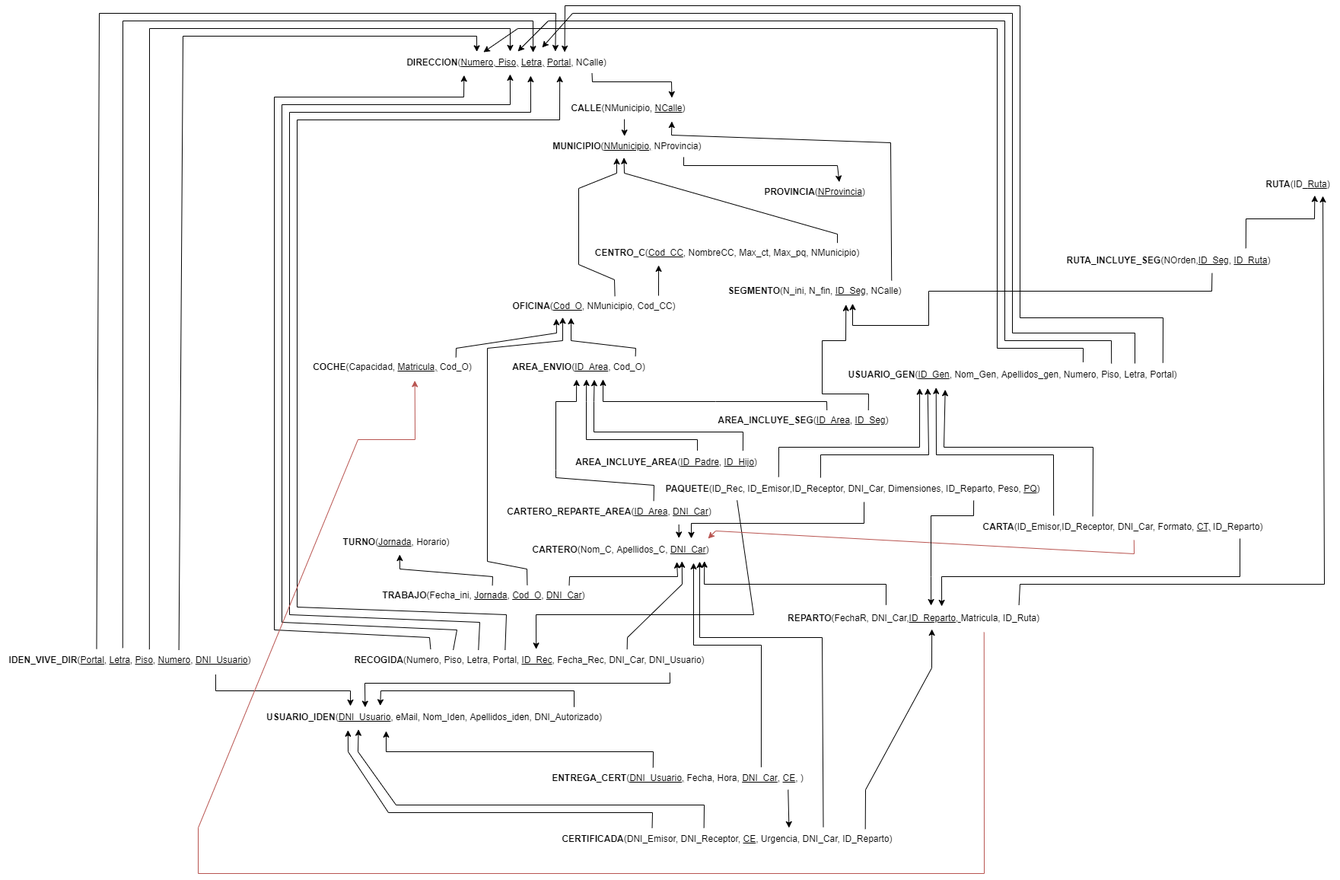
Above: Hito1/Modelo relacional.drawio.png in ErYavi/BBDD22 (draw.io), before the change. Source tidied: cells renumbered, new cells last; positions are measured from the earlier drawing's top-left corner, leaving out a move shared by most shapes.
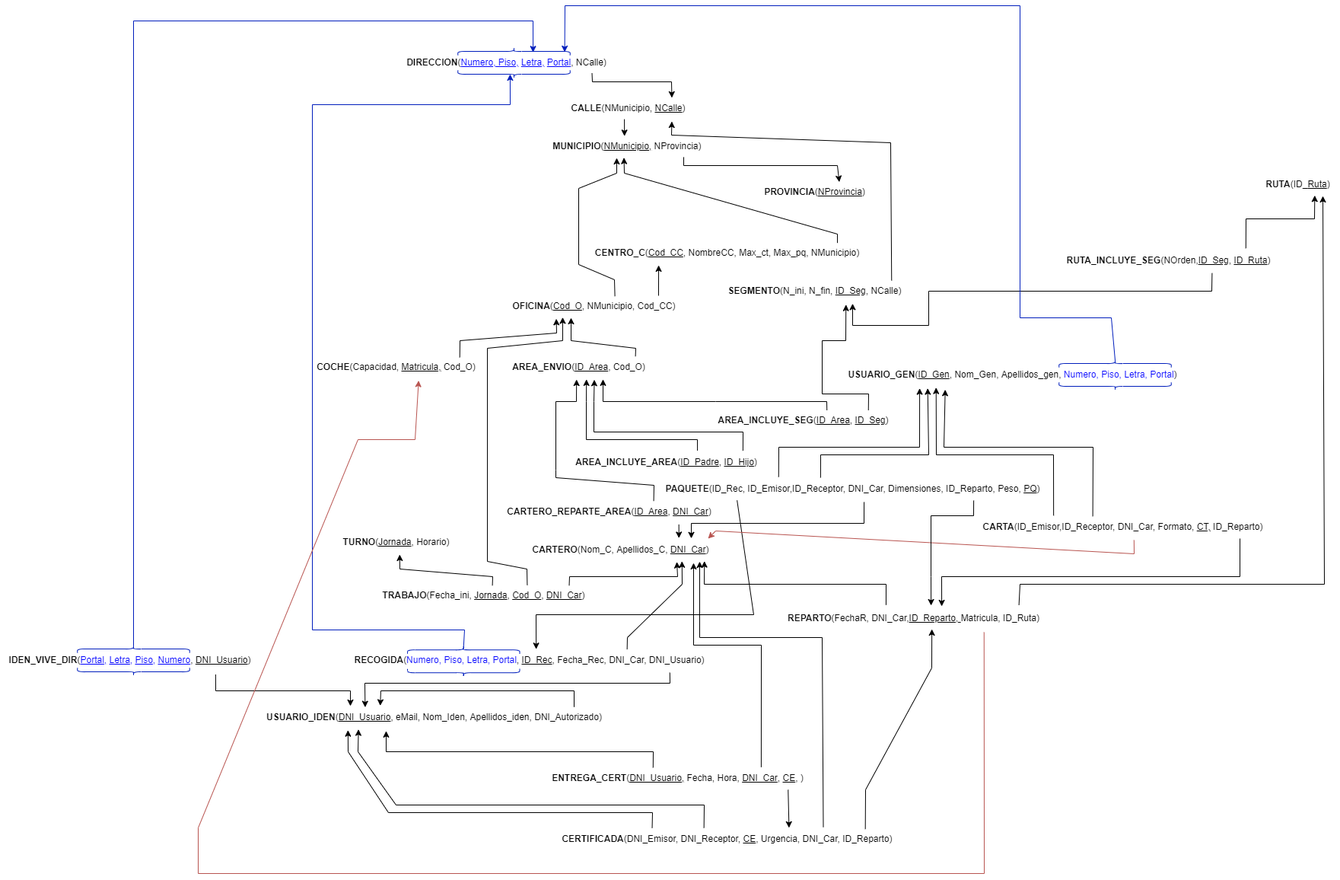
Above is the later version.

Change to the diagram source:
```diff
@@ -2,7 +2,7 @@
   <root>
     <mxCell id="0" />
     <mxCell id="1" parent="0" />
-    <mxCell id="2" value="&lt;b&gt;DIRECCION&lt;/b&gt;(&lt;u&gt;Numero, Piso,&lt;/u&gt; &lt;u&gt;Letra,&lt;/u&gt;&amp;nbsp;&lt;u&gt;Portal&lt;/u&gt;, NCalle)" style="text;html=1;align=center;verticalAlign=middle;points=[];strokeColor=none;fillColor=none;" parent="1" vertex="1">
+    <mxCell id="2" value="&lt;b&gt;DIRECCION&lt;/b&gt;(&lt;font color=&quot;#0000ff&quot;&gt;&lt;u&gt;Numero, Piso,&lt;/u&gt; &lt;u&gt;Letra,&lt;/u&gt;&amp;nbsp;&lt;u&gt;Portal&lt;/u&gt;&lt;/font&gt;, NCalle)" style="text;html=1;align=center;verticalAlign=middle;points=[];strokeColor=none;fillColor=none;" parent="1" vertex="1">
       <mxGeometry x="520" y="60" width="290" height="30" as="geometry" />
     </mxCell>
     <mxCell id="3" value="&lt;b&gt;CALLE&lt;/b&gt;(NMunicipio,&amp;nbsp;&lt;u&gt;NCalle&lt;/u&gt;)" style="text;html=1;align=center;verticalAlign=middle;points=[];strokeColor=none;fillColor=none;" parent="1" vertex="1">
@@ -222,7 +222,7 @@
         </Array>
       </mxGeometry>
     </mxCell>
-    <mxCell id="40" value="&lt;b&gt;RECOGIDA&lt;/b&gt;(Numero, Piso, Letra, Portal,&amp;nbsp;&lt;u&gt;ID_Rec&lt;/u&gt;, Fecha_Rec, DNI_Car, DNI_Usuario)" style="text;html=1;align=center;verticalAlign=middle;points=[];strokeColor=none;fillColor=none;" parent="1" vertex="1">
+    <mxCell id="40" value="&lt;b&gt;RECOGIDA&lt;/b&gt;(&lt;font color=&quot;#0000ff&quot;&gt;Numero, Piso, Letra, Portal&lt;/font&gt;,&amp;nbsp;&lt;u&gt;ID_Rec&lt;/u&gt;, Fecha_Rec, DNI_Car, DNI_Usuario)" style="text;html=1;align=center;verticalAlign=middle;points=[];strokeColor=none;fillColor=none;" parent="1" vertex="1">
       <mxGeometry x="455" y="845" width="480" height="30" as="geometry" />
     </mxCell>
     <mxCell id="41" style="endArrow=classic;html=1;rounded=0;entryX=0.823;entryY=0.994;entryDx=0;entryDy=0;entryPerimeter=0;exitX=0.768;exitY=0.019;exitDx=0;exitDy=0;exitPerimeter=0;" parent="1" edge="1" source="40" target="30">
@@ -233,46 +233,16 @@
         </Array>
       </mxGeometry>
     </mxCell>
-    <mxCell id="42" style="endArrow=classic;html=1;rounded=0;exitX=0.23;exitY=0.003;exitDx=0;exitDy=0;exitPerimeter=0;entryX=0.308;entryY=1.044;entryDx=0;entryDy=0;entryPerimeter=0;" parent="1" edge="1" source="40" target="2">
-      <mxGeometry relative="1" as="geometry">
-        <Array as="points">
-          <mxPoint x="564" y="830" />
-          <mxPoint x="360" y="820" />
-          <mxPoint x="360" y="120" />
-          <mxPoint x="609" y="120" />
-        </Array>
-      </mxGeometry>
-    </mxCell>
-    <mxCell id="43" style="endArrow=classic;html=1;rounded=0;exitX=0.292;exitY=0.043;exitDx=0;exitDy=0;exitPerimeter=0;entryX=0.517;entryY=1;entryDx=0;entryDy=0;entryPerimeter=0;" parent="1" edge="1" source="40" target="2">
+    <mxCell id="43" style="endArrow=classic;html=1;rounded=0;exitX=0.1;exitY=0.5;exitDx=0;exitDy=0;exitPerimeter=0;entryX=0.517;entryY=1;entryDx=0;entryDy=0;entryPerimeter=0;fillColor=#0050ef;strokeColor=#001DBC;" parent="1" edge="1" source="84" target="2">
       <mxGeometry relative="1" as="geometry">
         <Array as="points">
-          <mxPoint x="600" y="820" />
-          <mxPoint x="370" y="810" />
-          <mxPoint x="370" y="130" />
+          <mxPoint x="610" y="820" />
+          <mxPoint x="410" y="820" />
+          <mxPoint x="410" y="130" />
           <mxPoint x="670" y="130" />
         </Array>
       </mxGeometry>
     </mxCell>
-    <mxCell id="44" style="endArrow=classic;html=1;rounded=0;entryX=0.61;entryY=1.067;entryDx=0;entryDy=0;entryPerimeter=0;exitX=0.361;exitY=0.043;exitDx=0;exitDy=0;exitPerimeter=0;" parent="1" edge="1" source="40" target="2">
-      <mxGeometry relative="1" as="geometry">
-        <Array as="points">
-          <mxPoint x="630" y="810" />
-          <mxPoint x="380" y="800" />
-          <mxPoint x="380" y="140" />
-          <mxPoint x="697" y="140" />
-        </Array>
-      </mxGeometry>
-    </mxCell>
-    <mxCell id="45" style="endArrow=classic;html=1;rounded=0;entryX=0.742;entryY=1.067;entryDx=0;entryDy=0;entryPerimeter=0;exitX=0.434;exitY=0.043;exitDx=0;exitDy=0;exitPerimeter=0;" parent="1" edge="1" source="40" target="2">
-      <mxGeometry relative="1" as="geometry">
-        <Array as="points">
-          <mxPoint x="665" y="800" />
-          <mxPoint x="390" y="790" />
-          <mxPoint x="390" y="150" />
-          <mxPoint x="735" y="150" />
-        </Array>
-      </mxGeometry>
-    </mxCell>
     <mxCell id="46" value="&lt;b&gt;USUARIO_IDEN&lt;/b&gt;(&lt;u&gt;DNI_Usuario&lt;/u&gt;, eMail, Nom_Iden, Apellidos_iden, DNI_Autorizado)" style="text;html=1;align=center;verticalAlign=middle;points=[];strokeColor=none;fillColor=none;" parent="1" vertex="1">
       <mxGeometry x="340" y="920" width="460" height="30" as="geometry" />
     </mxCell>
@@ -351,10 +321,10 @@
         </Array>
       </mxGeometry>
     </mxCell>
-    <mxCell id="58" value="&lt;b&gt;USUARIO_GEN&lt;/b&gt;(&lt;u&gt;ID_Gen&lt;/u&gt;, Nom_Gen, Apellidos_gen, Numero, Piso, Letra, Portal)" style="text;html=1;align=center;verticalAlign=middle;points=[];strokeColor=none;fillColor=none;" parent="1" vertex="1">
+    <mxCell id="58" value="&lt;b&gt;USUARIO_GEN&lt;/b&gt;(&lt;u&gt;ID_Gen&lt;/u&gt;, Nom_Gen, Apellidos_gen, &lt;font color=&quot;#0000ff&quot;&gt;Numero, Piso, Letra, Portal&lt;/font&gt;)" style="text;html=1;align=center;verticalAlign=middle;points=[];strokeColor=none;fillColor=none;" parent="1" vertex="1">
       <mxGeometry x="1100" y="470" width="460" height="30" as="geometry" />
     </mxCell>
-    <mxCell id="59" value="&lt;b&gt;IDEN_VIVE_DIR&lt;/b&gt;(&lt;u&gt;Portal,&lt;/u&gt;&amp;nbsp;&lt;u&gt;Letra&lt;/u&gt;, &lt;u&gt;Piso&lt;/u&gt;, &lt;u&gt;Numero&lt;/u&gt;, &lt;u&gt;DNI_Usuario&lt;/u&gt;)" style="text;html=1;align=center;verticalAlign=middle;points=[];strokeColor=none;fillColor=none;" parent="1" vertex="1">
+    <mxCell id="59" value="&lt;b&gt;IDEN_VIVE_DIR&lt;/b&gt;(&lt;font color=&quot;#0000ff&quot;&gt;&lt;u&gt;Portal,&lt;/u&gt;&amp;nbsp;&lt;u&gt;Letra&lt;/u&gt;, &lt;u&gt;Piso&lt;/u&gt;, &lt;u&gt;Numero&lt;/u&gt;&lt;/font&gt;, &lt;u&gt;DNI_Usuario&lt;/u&gt;)" style="text;html=1;align=center;verticalAlign=middle;points=[];strokeColor=none;fillColor=none;" parent="1" vertex="1">
       <mxGeometry y="845" width="340" height="30" as="geometry" />
     </mxCell>
     <mxCell id="60" style="endArrow=classic;html=1;rounded=0;exitX=0.832;exitY=1.117;exitDx=0;exitDy=0;exitPerimeter=0;" parent="1" edge="1" source="59">
@@ -366,80 +336,24 @@
         </Array>
       </mxGeometry>
     </mxCell>
-    <mxCell id="61" style="endArrow=classic;html=1;rounded=0;exitX=0.69;exitY=0.046;exitDx=0;exitDy=0;exitPerimeter=0;entryX=0.366;entryY=0.017;entryDx=0;entryDy=0;entryPerimeter=0;" parent="1" edge="1" source="59" target="2">
-      <mxGeometry relative="1" as="geometry">
-        <Array as="points">
-          <mxPoint x="240" y="40" />
-          <mxPoint x="626" y="40" />
-        </Array>
-      </mxGeometry>
-    </mxCell>
-    <mxCell id="62" style="endArrow=classic;html=1;rounded=0;exitX=0.576;exitY=0.019;exitDx=0;exitDy=0;exitPerimeter=0;" parent="1" edge="1" source="59">
-      <mxGeometry relative="1" as="geometry">
-        <mxPoint x="670" y="60" as="targetPoint" />
-        <Array as="points">
-          <mxPoint x="196" y="30" />
-          <mxPoint x="670" y="30" />
-        </Array>
-      </mxGeometry>
-    </mxCell>
-    <mxCell id="63" style="endArrow=classic;html=1;rounded=0;exitX=0.473;exitY=-0.043;exitDx=0;exitDy=0;exitPerimeter=0;entryX=0.621;entryY=0.044;entryDx=0;entryDy=0;entryPerimeter=0;" parent="1" edge="1" source="59" target="2">
+    <mxCell id="63" style="endArrow=classic;html=1;rounded=0;exitX=0.1;exitY=0.5;exitDx=0;exitDy=0;exitPerimeter=0;entryX=0.621;entryY=0.044;entryDx=0;entryDy=0;entryPerimeter=0;fillColor=#0050ef;strokeColor=#001DBC;" parent="1" edge="1" source="86" target="2">
       <mxGeometry relative="1" as="geometry">
         <Array as="points">
-          <mxPoint x="161" y="20" />
+          <mxPoint x="175" y="20" />
           <mxPoint x="700" y="20" />
         </Array>
       </mxGeometry>
     </mxCell>
-    <mxCell id="64" style="endArrow=classic;html=1;rounded=0;exitX=0.372;exitY=-0.005;exitDx=0;exitDy=0;exitPerimeter=0;entryX=0.722;entryY=0.002;entryDx=0;entryDy=0;entryPerimeter=0;" parent="1" edge="1" source="59" target="2">
-      <mxGeometry relative="1" as="geometry">
-        <Array as="points">
-          <mxPoint x="130" y="10" />
-          <mxPoint x="730" y="10" />
-        </Array>
-      </mxGeometry>
-    </mxCell>
-    <mxCell id="65" style="endArrow=classic;html=1;rounded=0;exitX=0.93;exitY=-0.029;exitDx=0;exitDy=0;exitPerimeter=0;entryX=0.764;entryY=0.033;entryDx=0;entryDy=0;entryPerimeter=0;" parent="1" edge="1" source="58" target="2">
+    <mxCell id="65" style="endArrow=classic;html=1;rounded=0;exitX=0.1;exitY=0.5;exitDx=0;exitDy=0;exitPerimeter=0;entryX=0.764;entryY=0.033;entryDx=0;entryDy=0;entryPerimeter=0;fillColor=#0050ef;strokeColor=#001DBC;" parent="1" edge="1" source="90" target="2">
       <mxGeometry relative="1" as="geometry">
         <Array as="points">
-          <mxPoint x="1528" y="410" />
+          <mxPoint x="1460" y="410" />
           <mxPoint x="1340" y="410" />
           <mxPoint x="1340" />
           <mxPoint x="742" />
         </Array>
       </mxGeometry>
     </mxCell>
-    <mxCell id="66" style="endArrow=classic;html=1;rounded=0;exitX=0.85;exitY=0;exitDx=0;exitDy=0;exitPerimeter=0;entryX=0.662;entryY=-0.167;entryDx=0;entryDy=0;entryPerimeter=0;" parent="1" edge="1" source="58" target="2">
-      <mxGeometry relative="1" as="geometry">
-        <Array as="points">
-          <mxPoint x="1491" y="430" />
-          <mxPoint x="1330" y="430" />
-          <mxPoint x="1330" y="10" />
-          <mxPoint x="752" y="10" />
-        </Array>
-      </mxGeometry>
-    </mxCell>
-    <mxCell id="67" style="endArrow=classic;html=1;rounded=0;exitX=0.783;exitY=0;exitDx=0;exitDy=0;exitPerimeter=0;" parent="1" edge="1" source="58">
-      <mxGeometry relative="1" as="geometry">
-        <mxPoint x="680" y="60" as="targetPoint" />
-        <Array as="points">
-          <mxPoint x="1460" y="440" />
-          <mxPoint x="1320" y="440" />
-          <mxPoint x="1320" y="20" />
-          <mxPoint x="720" y="20" />
-        </Array>
-      </mxGeometry>
-    </mxCell>
-    <mxCell id="68" style="endArrow=classic;html=1;rounded=0;entryX=0.396;entryY=0.035;entryDx=0;entryDy=0;entryPerimeter=0;exitX=0.702;exitY=-0.056;exitDx=0;exitDy=0;exitPerimeter=0;" parent="1" edge="1" source="58" target="2">
-      <mxGeometry relative="1" as="geometry">
-        <Array as="points">
-          <mxPoint x="1423" y="450" />
-          <mxPoint x="1310" y="450" />
-          <mxPoint x="1310" y="30" />
-          <mxPoint x="680" y="30" />
-        </Array>
-      </mxGeometry>
-    </mxCell>
     <mxCell id="69" value="&lt;b&gt;PAQUETE&lt;/b&gt;(ID_Rec, ID_Emisor,ID_Receptor, DNI_Car, Dimensiones, ID_Reparto, Peso, &lt;u&gt;PQ&lt;/u&gt;)" style="text;html=1;align=center;verticalAlign=middle;points=[];strokeColor=none;fillColor=none;" parent="1" vertex="1">
       <mxGeometry x="860" y="620" width="520" height="30" as="geometry" />
     </mxCell>
@@ -504,12 +418,12 @@
       </mxGeometry>
     </mxCell>
     <mxCell id="78" value="&lt;b&gt;COCHE&lt;/b&gt;(Capacidad, &lt;u&gt;Matricula,&lt;/u&gt;&amp;nbsp;Cod_O)" style="text;html=1;align=center;verticalAlign=middle;points=[];strokeColor=none;fillColor=none;" parent="1" vertex="1">
-      <mxGeometry x="400" y="460" width="230" height="30" as="geometry" />
+      <mxGeometry x="405" y="460" width="230" height="30" as="geometry" />
     </mxCell>
     <mxCell id="79" style="endArrow=classic;html=1;rounded=0;exitX=0.864;exitY=0.063;exitDx=0;exitDy=0;exitPerimeter=0;entryX=0.294;entryY=1.043;entryDx=0;entryDy=0;entryPerimeter=0;" parent="1" edge="1" source="78" target="9">
       <mxGeometry relative="1" as="geometry">
         <Array as="points">
-          <mxPoint x="599" y="450" />
+          <mxPoint x="604" y="440" />
           <mxPoint x="731" y="430" />
         </Array>
       </mxGeometry>
@@ -542,5 +456,29 @@
         </Array>
       </mxGeometry>
     </mxCell>
+    <mxCell id="83" style="shape=curlyBracket;whiteSpace=wrap;html=1;rounded=1;flipH=1;labelPosition=right;verticalLabelPosition=middle;align=left;verticalAlign=middle;fontColor=#ffffff;rotation=90;fillColor=#0050ef;strokeColor=#001DBC;" parent="1" vertex="1">
+      <mxGeometry x="603.8" y="802.5" width="10" height="147.5" as="geometry" />
+    </mxCell>
+    <mxCell id="84" style="shape=curlyBracket;whiteSpace=wrap;html=1;rounded=1;flipH=1;labelPosition=right;verticalLabelPosition=middle;align=left;verticalAlign=middle;fontColor=#ffffff;rotation=-90;fillColor=#0050ef;strokeColor=#001DBC;" parent="1" vertex="1">
+      <mxGeometry x="603.8" y="772.5" width="10" height="147.5" as="geometry" />
+    </mxCell>
+    <mxCell id="85" style="shape=curlyBracket;whiteSpace=wrap;html=1;rounded=1;flipH=1;labelPosition=right;verticalLabelPosition=middle;align=left;verticalAlign=middle;fontColor=#ffffff;rotation=90;fillColor=#0050ef;strokeColor=#001DBC;" parent="1" vertex="1">
+      <mxGeometry x="170" y="801.2" width="10" height="147.5" as="geometry" />
+    </mxCell>
+    <mxCell id="86" style="shape=curlyBracket;whiteSpace=wrap;html=1;rounded=1;flipH=1;labelPosition=right;verticalLabelPosition=middle;align=left;verticalAlign=middle;fontColor=#ffffff;rotation=-90;fillColor=#0050ef;strokeColor=#001DBC;" parent="1" vertex="1">
+      <mxGeometry x="170" y="771.2" width="10" height="147.5" as="geometry" />
+    </mxCell>
+    <mxCell id="87" style="shape=curlyBracket;whiteSpace=wrap;html=1;rounded=1;flipH=1;labelPosition=right;verticalLabelPosition=middle;align=left;verticalAlign=middle;fontColor=#ffffff;rotation=90;fillColor=#0050ef;strokeColor=#001DBC;" parent="1" vertex="1">
+      <mxGeometry x="670" y="16.2" width="10" height="147.5" as="geometry" />
+    </mxCell>
+    <mxCell id="88" style="shape=curlyBracket;whiteSpace=wrap;html=1;rounded=1;flipH=1;labelPosition=right;verticalLabelPosition=middle;align=left;verticalAlign=middle;fontColor=#ffffff;rotation=-90;fillColor=#0050ef;strokeColor=#001DBC;" parent="1" vertex="1">
+      <mxGeometry x="670" y="-13.8" width="10" height="147.5" as="geometry" />
+    </mxCell>
+    <mxCell id="89" style="shape=curlyBracket;whiteSpace=wrap;html=1;rounded=1;flipH=1;labelPosition=right;verticalLabelPosition=middle;align=left;verticalAlign=middle;fontColor=#ffffff;rotation=90;fillColor=#0050ef;strokeColor=#001DBC;" parent="1" vertex="1">
+      <mxGeometry x="1460" y="426.2" width="10" height="147.5" as="geometry" />
+    </mxCell>
+    <mxCell id="90" style="shape=curlyBracket;whiteSpace=wrap;html=1;rounded=1;flipH=1;labelPosition=right;verticalLabelPosition=middle;align=left;verticalAlign=middle;fontColor=#ffffff;rotation=-90;fillColor=#0050ef;strokeColor=#001DBC;" parent="1" vertex="1">
+      <mxGeometry x="1460" y="396.2" width="10" height="147.5" as="geometry" />
+    </mxCell>
   </root>
 </mxGraphModel>
```
